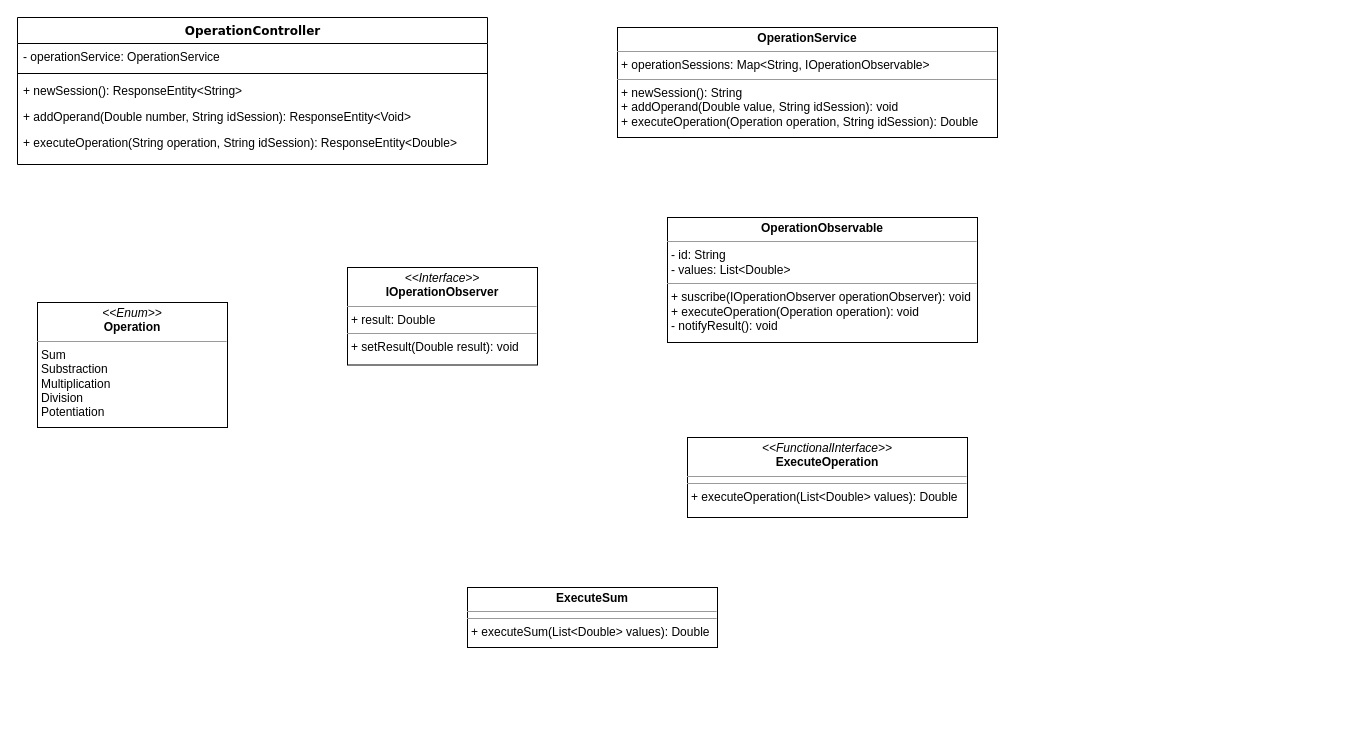
The draw.io diagram Untitled Diagram.drawio in enavarrom/operatortest, before the edit. Source tidied: cells renumbered, new cells numbered last; positions are measured from the earlier drawing's top-left corner, leaving out a move shared by most shapes. Both pictures are drawn from the tidied source at 100%, with x=0, y=0 at pixel (17, 17).
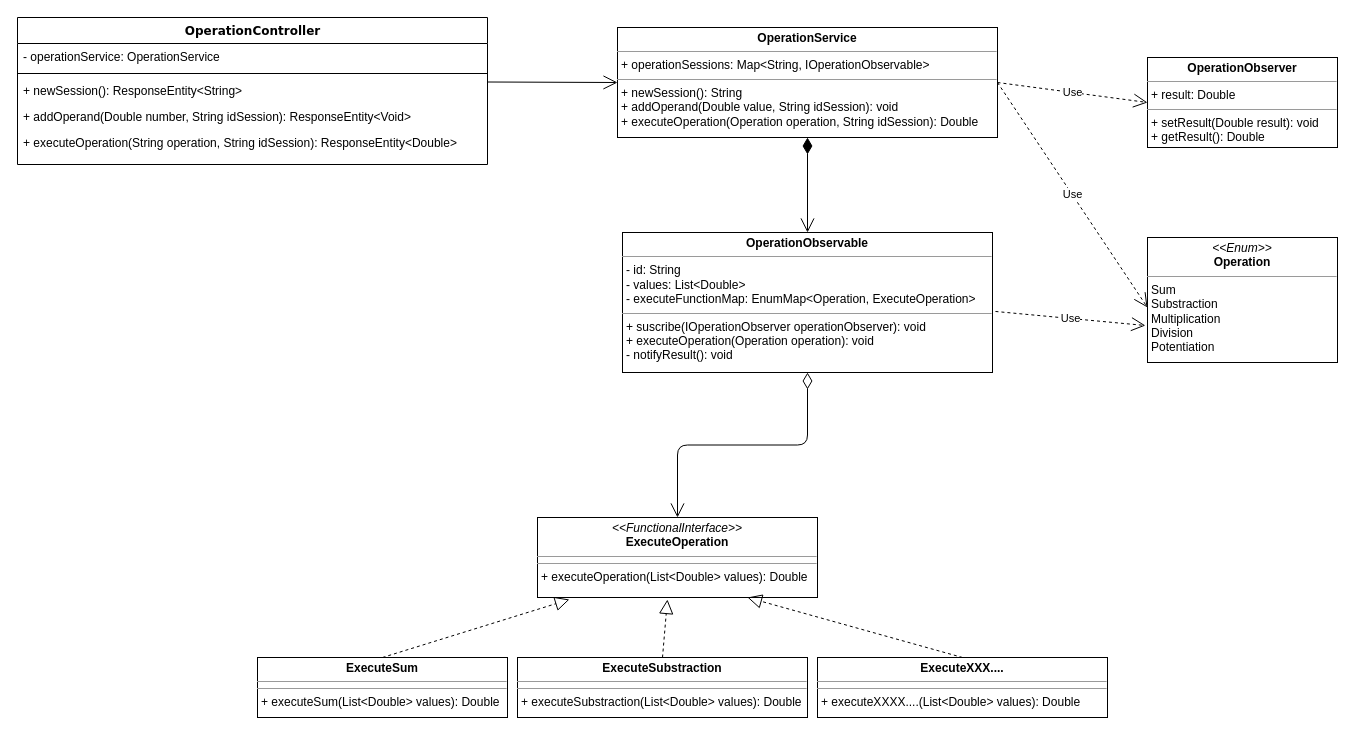
After the change.

Unchanged cells that the change refers to:
```xml
<mxCell id="11" value="&lt;p style=&quot;margin: 0px ; margin-top: 4px ; text-align: center&quot;&gt;&lt;b&gt;OperationService&lt;/b&gt;&lt;br&gt;&lt;/p&gt;&lt;hr size=&quot;1&quot;&gt;&lt;p style=&quot;margin: 0px ; margin-left: 4px&quot;&gt;+ operationSessions: Map&amp;lt;String, IOperationObservable&amp;gt;&lt;/p&gt;&lt;hr size=&quot;1&quot;&gt;&lt;p style=&quot;margin: 0px ; margin-left: 4px&quot;&gt;+ newSession(): String&lt;/p&gt;&lt;p style=&quot;margin: 0px ; margin-left: 4px&quot;&gt;+ addOperand(Double value, String idSession): void&lt;/p&gt;&lt;p style=&quot;margin: 0px ; margin-left: 4px&quot;&gt;+ executeOperation(Operation operation, String idSession): Double&lt;br&gt;&lt;/p&gt;" style="verticalAlign=top;align=left;overflow=fill;fontSize=12;fontFamily=Helvetica;html=1;" parent="1" vertex="1">
  <mxGeometry x="600" y="10" width="380" height="110" as="geometry" />
</mxCell>
```

Diff of the diagram source:
```diff
@@
-    <mxCell id="8" value="&lt;p style=&quot;margin: 0px ; margin-top: 4px ; text-align: center&quot;&gt;&lt;i&gt;&amp;lt;&amp;lt;Interface&amp;gt;&amp;gt;&lt;/i&gt;&lt;br&gt;&lt;b&gt;IOperationObserver&lt;/b&gt;&lt;/p&gt;&lt;hr size=&quot;1&quot;&gt;&lt;p style=&quot;margin: 0px ; margin-left: 4px&quot;&gt;+ result: Double&lt;br&gt;&lt;/p&gt;&lt;hr size=&quot;1&quot;&gt;&lt;p style=&quot;margin: 0px ; margin-left: 4px&quot;&gt;+ setResult(Double result): void&lt;br&gt;&lt;/p&gt;" style="verticalAlign=top;align=left;overflow=fill;fontSize=12;fontFamily=Helvetica;html=1;" parent="1" vertex="1">
-      <mxGeometry x="330" y="250" width="190" height="97.5" as="geometry" />
+    <mxCell id="8" value="&lt;p style=&quot;margin: 0px ; margin-top: 4px ; text-align: center&quot;&gt;&lt;b&gt;OperationObserver&lt;/b&gt;&lt;/p&gt;&lt;hr size=&quot;1&quot;&gt;&lt;p style=&quot;margin: 0px ; margin-left: 4px&quot;&gt;+ result: Double&lt;br&gt;&lt;/p&gt;&lt;hr size=&quot;1&quot;&gt;&lt;p style=&quot;margin: 0px ; margin-left: 4px&quot;&gt;+ setResult(Double result): void&lt;/p&gt;&lt;p style=&quot;margin: 0px ; margin-left: 4px&quot;&gt;+ getResult(): Double&lt;br&gt;&lt;/p&gt;" style="verticalAlign=top;align=left;overflow=fill;fontSize=12;fontFamily=Helvetica;html=1;" parent="1" vertex="1">
+      <mxGeometry x="1130" y="40" width="190" height="90" as="geometry" />
     </mxCell>
     <mxCell id="9" value="&lt;p style=&quot;margin: 0px ; margin-top: 4px ; text-align: center&quot;&gt;&lt;i&gt;&amp;lt;&amp;lt;Enum&amp;gt;&amp;gt;&lt;/i&gt;&lt;br&gt;&lt;b&gt;Operation&lt;/b&gt;&lt;/p&gt;&lt;hr size=&quot;1&quot;&gt;&lt;p style=&quot;margin: 0px ; margin-left: 4px&quot;&gt;Sum&lt;/p&gt;&lt;p style=&quot;margin: 0px ; margin-left: 4px&quot;&gt;Substraction&lt;br&gt;&lt;/p&gt;&lt;p style=&quot;margin: 0px ; margin-left: 4px&quot;&gt;Multiplication&lt;/p&gt;&lt;p style=&quot;margin: 0px ; margin-left: 4px&quot;&gt;Division&lt;/p&gt;&lt;p style=&quot;margin: 0px ; margin-left: 4px&quot;&gt;Potentiation&lt;br&gt;&lt;/p&gt;&lt;p style=&quot;margin: 0px ; margin-left: 4px&quot;&gt;&lt;br&gt;&lt;/p&gt;&lt;hr size=&quot;1&quot;&gt;" style="verticalAlign=top;align=left;overflow=fill;fontSize=12;fontFamily=Helvetica;html=1;" parent="1" vertex="1">
-      <mxGeometry x="20" y="285" width="190" height="125" as="geometry" />
+      <mxGeometry x="1130" y="220" width="190" height="125" as="geometry" />
     </mxCell>
-    <mxCell id="10" value="&lt;p style=&quot;margin: 0px ; margin-top: 4px ; text-align: center&quot;&gt;&lt;b&gt;OperationObservable&lt;/b&gt;&lt;/p&gt;&lt;hr size=&quot;1&quot;&gt;&lt;p style=&quot;margin: 0px ; margin-left: 4px&quot;&gt;- id: String&lt;br&gt;- values: List&amp;lt;Double&amp;gt;&lt;br&gt;&lt;/p&gt;&lt;hr size=&quot;1&quot;&gt;&lt;p style=&quot;margin: 0px ; margin-left: 4px&quot;&gt;+ suscribe(IOperationObserver operationObserver): void&lt;br&gt;+ executeOperation(Operation operation): void&lt;/p&gt;&lt;p style=&quot;margin: 0px ; margin-left: 4px&quot;&gt;- notifyResult(): void&lt;br&gt;&lt;/p&gt;" style="verticalAlign=top;align=left;overflow=fill;fontSize=12;fontFamily=Helvetica;html=1;" parent="1" vertex="1">
-      <mxGeometry x="650" y="200" width="310" height="125" as="geometry" />
+    <mxCell id="10" value="&lt;p style=&quot;margin: 0px ; margin-top: 4px ; text-align: center&quot;&gt;&lt;b&gt;OperationObservable&lt;/b&gt;&lt;/p&gt;&lt;hr size=&quot;1&quot;&gt;&lt;p style=&quot;margin: 0px ; margin-left: 4px&quot;&gt;- id: String&lt;br&gt;- values: List&amp;lt;Double&amp;gt;&lt;/p&gt;&lt;p style=&quot;margin: 0px ; margin-left: 4px&quot;&gt;- executeFunctionMap: EnumMap&amp;lt;Operation, ExecuteOperation&amp;gt;&lt;br&gt;&lt;/p&gt;&lt;hr size=&quot;1&quot;&gt;&lt;p style=&quot;margin: 0px ; margin-left: 4px&quot;&gt;+ suscribe(IOperationObserver operationObserver): void&lt;br&gt;+ executeOperation(Operation operation): void&lt;/p&gt;&lt;p style=&quot;margin: 0px ; margin-left: 4px&quot;&gt;- notifyResult(): void&lt;br&gt;&lt;/p&gt;" style="verticalAlign=top;align=left;overflow=fill;fontSize=12;fontFamily=Helvetica;html=1;" parent="1" vertex="1">
+      <mxGeometry x="605" y="215" width="370" height="140" as="geometry" />
     </mxCell>
@@
     <mxCell id="12" value="&lt;p style=&quot;margin: 0px ; margin-top: 4px ; text-align: center&quot;&gt;&lt;i&gt;&amp;lt;&amp;lt;FunctionalInterface&amp;gt;&amp;gt;&lt;/i&gt;&lt;br&gt;&lt;b&gt;ExecuteOperation&lt;/b&gt;&lt;/p&gt;&lt;hr size=&quot;1&quot;&gt;&lt;hr size=&quot;1&quot;&gt;&lt;p style=&quot;margin: 0px ; margin-left: 4px&quot;&gt;+ executeOperation(List&amp;lt;Double&amp;gt; values): Double&lt;br&gt;&lt;/p&gt;" style="verticalAlign=top;align=left;overflow=fill;fontSize=12;fontFamily=Helvetica;html=1;" parent="1" vertex="1">
-      <mxGeometry x="670" y="420" width="280" height="80" as="geometry" />
+      <mxGeometry x="520" y="500" width="280" height="80" as="geometry" />
     </mxCell>
     <mxCell id="13" value="&lt;p style=&quot;margin: 0px ; margin-top: 4px ; text-align: center&quot;&gt;&lt;b&gt;ExecuteSum&lt;/b&gt;&lt;br&gt;&lt;/p&gt;&lt;hr size=&quot;1&quot;&gt;&lt;hr size=&quot;1&quot;&gt;&lt;p style=&quot;margin: 0px ; margin-left: 4px&quot;&gt;+ executeSum(List&amp;lt;Double&amp;gt; values): Double&lt;/p&gt;" style="verticalAlign=top;align=left;overflow=fill;fontSize=12;fontFamily=Helvetica;html=1;" parent="1" vertex="1">
-      <mxGeometry x="450" y="570" width="250" height="60" as="geometry" />
+      <mxGeometry x="240" y="640" width="250" height="60" as="geometry" />
     </mxCell>
+    <mxCell id="14" style="endArrow=block;dashed=1;endFill=0;endSize=12;html=1;exitX=0.5;exitY=0;exitDx=0;exitDy=0;entryX=0.114;entryY=1.025;entryDx=0;entryDy=0;entryPerimeter=0;" parent="1" edge="1" source="13" target="12">
+      <mxGeometry relative="1" as="geometry" />
+    </mxCell>
+    <mxCell id="15" value="&lt;p style=&quot;margin: 0px ; margin-top: 4px ; text-align: center&quot;&gt;&lt;b&gt;ExecuteSubstraction&lt;/b&gt;&lt;br&gt;&lt;/p&gt;&lt;hr size=&quot;1&quot;&gt;&lt;hr size=&quot;1&quot;&gt;&lt;p style=&quot;margin: 0px ; margin-left: 4px&quot;&gt;+ executeSubstraction(List&amp;lt;Double&amp;gt; values): Double&lt;/p&gt;" style="verticalAlign=top;align=left;overflow=fill;fontSize=12;fontFamily=Helvetica;html=1;" parent="1" vertex="1">
+      <mxGeometry x="500" y="640" width="290" height="60" as="geometry" />
+    </mxCell>
+    <mxCell id="16" style="endArrow=block;dashed=1;endFill=0;endSize=12;html=1;exitX=0.5;exitY=0;exitDx=0;exitDy=0;entryX=0.464;entryY=1.025;entryDx=0;entryDy=0;entryPerimeter=0;" parent="1" edge="1" source="15" target="12">
+      <mxGeometry relative="1" as="geometry" />
+    </mxCell>
+    <mxCell id="17" value="&lt;p style=&quot;margin: 0px ; margin-top: 4px ; text-align: center&quot;&gt;&lt;b&gt;ExecuteXXX....&lt;/b&gt;&lt;br&gt;&lt;/p&gt;&lt;hr size=&quot;1&quot;&gt;&lt;hr size=&quot;1&quot;&gt;&lt;p style=&quot;margin: 0px ; margin-left: 4px&quot;&gt;+ executeXXXX....(List&amp;lt;Double&amp;gt; values): Double&lt;/p&gt;" style="verticalAlign=top;align=left;overflow=fill;fontSize=12;fontFamily=Helvetica;html=1;" parent="1" vertex="1">
+      <mxGeometry x="800" y="640" width="290" height="60" as="geometry" />
+    </mxCell>
+    <mxCell id="18" style="endArrow=block;dashed=1;endFill=0;endSize=12;html=1;exitX=0.5;exitY=0;exitDx=0;exitDy=0;entryX=0.75;entryY=1;entryDx=0;entryDy=0;" parent="1" edge="1" source="17" target="12">
+      <mxGeometry relative="1" as="geometry" />
+    </mxCell>
+    <mxCell id="19" style="endArrow=open;html=1;endSize=12;startArrow=diamondThin;startSize=14;startFill=0;edgeStyle=orthogonalEdgeStyle;align=left;verticalAlign=bottom;exitX=0.5;exitY=1;exitDx=0;exitDy=0;entryX=0.5;entryY=0;entryDx=0;entryDy=0;" parent="1" edge="1" source="10" target="12">
+      <mxGeometry x="-1" y="3" relative="1" as="geometry" />
+    </mxCell>
+    <mxCell id="20" style="endArrow=open;html=1;endSize=12;startArrow=diamondThin;startSize=14;startFill=1;edgeStyle=orthogonalEdgeStyle;align=left;verticalAlign=bottom;exitX=0.5;exitY=1;exitDx=0;exitDy=0;entryX=0.5;entryY=0;entryDx=0;entryDy=0;" parent="1" edge="1" source="11" target="10">
+      <mxGeometry x="-1" y="3" relative="1" as="geometry" />
+    </mxCell>
+    <mxCell id="21" style="endArrow=open;endFill=1;endSize=12;html=1;" parent="1" edge="1">
+      <mxGeometry relative="1" as="geometry">
+        <mxPoint x="470" y="64.5" as="sourcePoint" />
+        <mxPoint x="600" y="65" as="targetPoint" />
+      </mxGeometry>
+    </mxCell>
+    <mxCell id="22" value="Use" style="endArrow=open;endSize=12;dashed=1;html=1;exitX=1;exitY=0.5;exitDx=0;exitDy=0;entryX=0;entryY=0.5;entryDx=0;entryDy=0;" parent="1" edge="1" source="11" target="8">
+      <mxGeometry relative="1" as="geometry" />
+    </mxCell>
+    <mxCell id="23" value="Use" style="endArrow=open;endSize=12;dashed=1;html=1;exitX=1;exitY=0.5;exitDx=0;exitDy=0;" parent="1" edge="1" source="11">
+      <mxGeometry relative="1" as="geometry">
+        <mxPoint x="1130" y="290" as="targetPoint" />
+      </mxGeometry>
+    </mxCell>
+    <mxCell id="24" value="Use" style="endArrow=open;endSize=12;dashed=1;html=1;exitX=1.008;exitY=0.564;exitDx=0;exitDy=0;exitPerimeter=0;entryX=-0.011;entryY=0.704;entryDx=0;entryDy=0;entryPerimeter=0;" parent="1" edge="1" source="10" target="9">
+      <mxGeometry relative="1" as="geometry" />
+    </mxCell>
```
